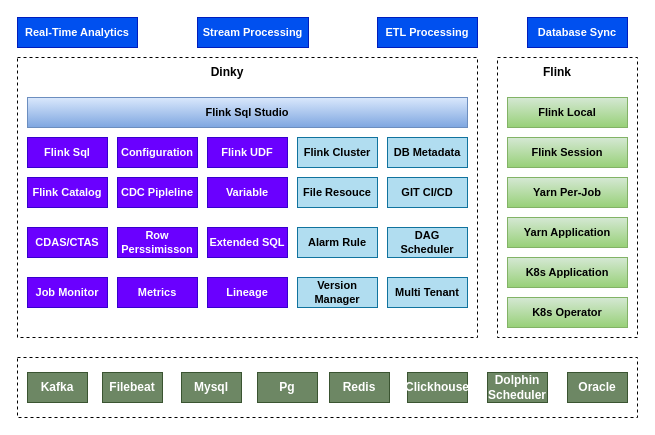
The draw.io diagram 云原生/流批一体大数据平台.drawio in Msimplehub/abbysun, before the edit. Source tidied: cells renumbered, new cells numbered last; positions are measured from the earlier drawing's top-left corner, leaving out a move shared by most shapes. Both pictures are drawn from the tidied source at 100%, with x=0, y=0 at pixel (17, 17).
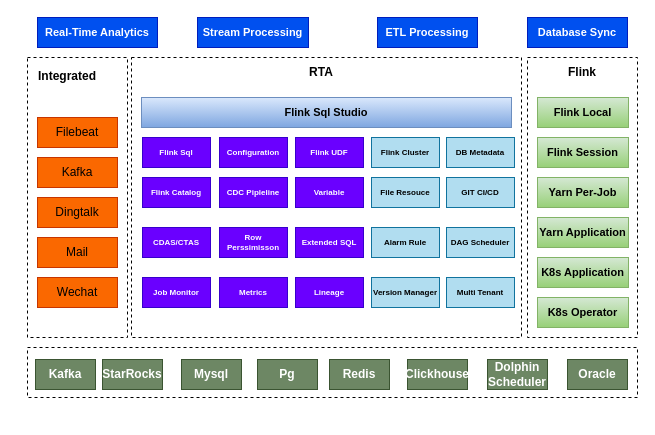
Above is the later version.

Commit message:
更新流批一体大数据平台.drawio

What changed in the source:
```diff
@@
     <mxCell id="2" value="&lt;font style=&quot;font-size: 11px;&quot;&gt;Real-Time Analytics&lt;/font&gt;" style="rounded=0;whiteSpace=wrap;html=1;fontSize=11;fontStyle=1;fillColor=#0050ef;fontColor=#ffffff;strokeColor=#001DBC;" parent="1" vertex="1">
-      <mxGeometry width="120" height="30" as="geometry" />
+      <mxGeometry x="20" width="120" height="30" as="geometry" />
     </mxCell>
@@
     <mxCell id="6" style="rounded=0;whiteSpace=wrap;html=1;dashed=1;fontSize=11;fontStyle=1;" parent="1" vertex="1">
-      <mxGeometry y="40" width="460" height="280" as="geometry" />
+      <mxGeometry x="114" y="40" width="390" height="280" as="geometry" />
     </mxCell>
     <mxCell id="7" value="Flink Sql Studio" style="rounded=0;whiteSpace=wrap;html=1;fontSize=11;fontStyle=1;fillColor=#dae8fc;gradientColor=#7ea6e0;strokeColor=#6c8ebf;" parent="1" vertex="1">
-      <mxGeometry x="10" y="80" width="440" height="30" as="geometry" />
+      <mxGeometry x="124" y="80" width="370" height="30" as="geometry" />
     </mxCell>
-    <mxCell id="8" value="Flink Sql" style="rounded=0;whiteSpace=wrap;html=1;fontSize=11;fontStyle=1;fillColor=#6a00ff;fontColor=#ffffff;strokeColor=#3700CC;" parent="1" vertex="1">
-      <mxGeometry x="10" y="120" width="80" height="30" as="geometry" />
+    <mxCell id="8" value="Flink Sql" style="rounded=0;whiteSpace=wrap;html=1;fontSize=8;fontStyle=1;fillColor=#6a00ff;fontColor=#ffffff;strokeColor=#3700CC;" parent="1" vertex="1">
+      <mxGeometry x="125" y="120" width="68" height="30" as="geometry" />
     </mxCell>
-    <mxCell id="9" value="Configuration" style="rounded=0;whiteSpace=wrap;html=1;fontSize=11;fontStyle=1;fillColor=#6a00ff;fontColor=#ffffff;strokeColor=#3700CC;" parent="1" vertex="1">
-      <mxGeometry x="100" y="120" width="80" height="30" as="geometry" />
+    <mxCell id="9" value="Configuration" style="rounded=0;whiteSpace=wrap;html=1;fontSize=8;fontStyle=1;fillColor=#6a00ff;fontColor=#ffffff;strokeColor=#3700CC;" parent="1" vertex="1">
+      <mxGeometry x="202" y="120" width="68" height="30" as="geometry" />
     </mxCell>
-    <mxCell id="10" value="Flink UDF" style="rounded=0;whiteSpace=wrap;html=1;fontSize=11;fontStyle=1;fillColor=#6a00ff;fontColor=#ffffff;strokeColor=#3700CC;" parent="1" vertex="1">
-      <mxGeometry x="190" y="120" width="80" height="30" as="geometry" />
+    <mxCell id="10" value="Flink UDF" style="rounded=0;whiteSpace=wrap;html=1;fontSize=8;fontStyle=1;fillColor=#6a00ff;fontColor=#ffffff;strokeColor=#3700CC;" parent="1" vertex="1">
+      <mxGeometry x="278" y="120" width="68" height="30" as="geometry" />
     </mxCell>
-    <mxCell id="11" value="Flink Cluster" style="rounded=0;whiteSpace=wrap;html=1;fontSize=11;fontStyle=1;fillColor=#b1ddf0;strokeColor=#10739e;" parent="1" vertex="1">
-      <mxGeometry x="280" y="120" width="80" height="30" as="geometry" />
+    <mxCell id="11" value="Flink Cluster" style="rounded=0;whiteSpace=wrap;html=1;fontSize=8;fontStyle=1;fillColor=#b1ddf0;strokeColor=#10739e;" parent="1" vertex="1">
+      <mxGeometry x="354" y="120" width="68" height="30" as="geometry" />
     </mxCell>
-    <mxCell id="12" value="DB Metadata" style="rounded=0;whiteSpace=wrap;html=1;fontSize=11;fontStyle=1;fillColor=#b1ddf0;strokeColor=#10739e;" parent="1" vertex="1">
-      <mxGeometry x="370" y="120" width="80" height="30" as="geometry" />
+    <mxCell id="12" value="DB Metadata" style="rounded=0;whiteSpace=wrap;html=1;fontSize=8;fontStyle=1;fillColor=#b1ddf0;strokeColor=#10739e;" parent="1" vertex="1">
+      <mxGeometry x="429" y="120" width="68" height="30" as="geometry" />
     </mxCell>
-    <mxCell id="13" value="Flink Catalog" style="rounded=0;whiteSpace=wrap;html=1;fontSize=11;fontStyle=1;fillColor=#6a00ff;fontColor=#ffffff;strokeColor=#3700CC;" parent="1" vertex="1">
-      <mxGeometry x="10" y="160" width="80" height="30" as="geometry" />
+    <mxCell id="13" value="Flink Catalog" style="rounded=0;whiteSpace=wrap;html=1;fontSize=8;fontStyle=1;fillColor=#6a00ff;fontColor=#ffffff;strokeColor=#3700CC;" parent="1" vertex="1">
+      <mxGeometry x="125" y="160" width="68" height="30" as="geometry" />
     </mxCell>
-    <mxCell id="14" value="CDC Pipleline" style="rounded=0;whiteSpace=wrap;html=1;fontSize=11;fontStyle=1;fillColor=#6a00ff;fontColor=#ffffff;strokeColor=#3700CC;" parent="1" vertex="1">
-      <mxGeometry x="100" y="160" width="80" height="30" as="geometry" />
+    <mxCell id="14" value="CDC Pipleline" style="rounded=0;whiteSpace=wrap;html=1;fontSize=8;fontStyle=1;fillColor=#6a00ff;fontColor=#ffffff;strokeColor=#3700CC;" parent="1" vertex="1">
+      <mxGeometry x="202" y="160" width="68" height="30" as="geometry" />
     </mxCell>
-    <mxCell id="15" value="Variable" style="rounded=0;whiteSpace=wrap;html=1;fontSize=11;fontStyle=1;fillColor=#6a00ff;fontColor=#ffffff;strokeColor=#3700CC;" parent="1" vertex="1">
-      <mxGeometry x="190" y="160" width="80" height="30" as="geometry" />
+    <mxCell id="15" value="Variable" style="rounded=0;whiteSpace=wrap;html=1;fontSize=8;fontStyle=1;fillColor=#6a00ff;fontColor=#ffffff;strokeColor=#3700CC;" parent="1" vertex="1">
+      <mxGeometry x="278" y="160" width="68" height="30" as="geometry" />
     </mxCell>
-    <mxCell id="16" value="File Resouce" style="rounded=0;whiteSpace=wrap;html=1;fontSize=11;fontStyle=1;fillColor=#b1ddf0;strokeColor=#10739e;" parent="1" vertex="1">
-      <mxGeometry x="280" y="160" width="80" height="30" as="geometry" />
+    <mxCell id="16" value="File Resouce" style="rounded=0;whiteSpace=wrap;html=1;fontSize=8;fontStyle=1;fillColor=#b1ddf0;strokeColor=#10739e;" parent="1" vertex="1">
+      <mxGeometry x="354" y="160" width="68" height="30" as="geometry" />
     </mxCell>
-    <mxCell id="17" value="GIT CI/CD" style="rounded=0;whiteSpace=wrap;html=1;fontSize=11;fontStyle=1;fillColor=#b1ddf0;strokeColor=#10739e;" parent="1" vertex="1">
-      <mxGeometry x="370" y="160" width="80" height="30" as="geometry" />
+    <mxCell id="17" value="GIT CI/CD" style="rounded=0;whiteSpace=wrap;html=1;fontSize=8;fontStyle=1;fillColor=#b1ddf0;strokeColor=#10739e;" parent="1" vertex="1">
+      <mxGeometry x="429" y="160" width="68" height="30" as="geometry" />
     </mxCell>
-    <mxCell id="18" value="CDAS/CTAS" style="rounded=0;whiteSpace=wrap;html=1;fontSize=11;fontStyle=1;fillColor=#6a00ff;fontColor=#ffffff;strokeColor=#3700CC;" parent="1" vertex="1">
-      <mxGeometry x="10" y="210" width="80" height="30" as="geometry" />
+    <mxCell id="18" value="CDAS/CTAS" style="rounded=0;whiteSpace=wrap;html=1;fontSize=8;fontStyle=1;fillColor=#6a00ff;fontColor=#ffffff;strokeColor=#3700CC;" parent="1" vertex="1">
+      <mxGeometry x="125" y="210" width="68" height="30" as="geometry" />
     </mxCell>
-    <mxCell id="19" value="Row Perssimisson" style="rounded=0;whiteSpace=wrap;html=1;fontSize=11;fontStyle=1;fillColor=#6a00ff;fontColor=#ffffff;strokeColor=#3700CC;" parent="1" vertex="1">
-      <mxGeometry x="100" y="210" width="80" height="30" as="geometry" />
+    <mxCell id="19" value="Row Perssimisson" style="rounded=0;whiteSpace=wrap;html=1;fontSize=8;fontStyle=1;fillColor=#6a00ff;fontColor=#ffffff;strokeColor=#3700CC;" parent="1" vertex="1">
+      <mxGeometry x="202" y="210" width="68" height="30" as="geometry" />
     </mxCell>
-    <mxCell id="20" value="Extended SQL" style="rounded=0;whiteSpace=wrap;html=1;fontSize=11;fontStyle=1;fillColor=#6a00ff;fontColor=#ffffff;strokeColor=#3700CC;" parent="1" vertex="1">
-      <mxGeometry x="190" y="210" width="80" height="30" as="geometry" />
+    <mxCell id="20" value="Extended SQL" style="rounded=0;whiteSpace=wrap;html=1;fontSize=8;fontStyle=1;fillColor=#6a00ff;fontColor=#ffffff;strokeColor=#3700CC;" parent="1" vertex="1">
+      <mxGeometry x="278" y="210" width="68" height="30" as="geometry" />
     </mxCell>
-    <mxCell id="21" value="Alarm Rule" style="rounded=0;whiteSpace=wrap;html=1;fontSize=11;fontStyle=1;fillColor=#b1ddf0;strokeColor=#10739e;" parent="1" vertex="1">
-      <mxGeometry x="280" y="210" width="80" height="30" as="geometry" />
+    <mxCell id="21" value="Alarm Rule" style="rounded=0;whiteSpace=wrap;html=1;fontSize=8;fontStyle=1;fillColor=#b1ddf0;strokeColor=#10739e;" parent="1" vertex="1">
+      <mxGeometry x="354" y="210" width="68" height="30" as="geometry" />
     </mxCell>
-    <mxCell id="22" value="DAG Scheduler" style="rounded=0;whiteSpace=wrap;html=1;fontSize=11;fontStyle=1;fillColor=#b1ddf0;strokeColor=#10739e;" parent="1" vertex="1">
-      <mxGeometry x="370" y="210" width="80" height="30" as="geometry" />
+    <mxCell id="22" value="DAG Scheduler" style="rounded=0;whiteSpace=wrap;html=1;fontSize=8;fontStyle=1;fillColor=#b1ddf0;strokeColor=#10739e;" parent="1" vertex="1">
+      <mxGeometry x="429" y="210" width="68" height="30" as="geometry" />
     </mxCell>
-    <mxCell id="23" value="Job Monitor" style="rounded=0;whiteSpace=wrap;html=1;fontSize=11;fontStyle=1;fillColor=#6a00ff;fontColor=#ffffff;strokeColor=#3700CC;" parent="1" vertex="1">
-      <mxGeometry x="10" y="260" width="80" height="30" as="geometry" />
+    <mxCell id="23" value="Job Monitor" style="rounded=0;whiteSpace=wrap;html=1;fontSize=8;fontStyle=1;fillColor=#6a00ff;fontColor=#ffffff;strokeColor=#3700CC;" parent="1" vertex="1">
+      <mxGeometry x="125" y="260" width="68" height="30" as="geometry" />
     </mxCell>
-    <mxCell id="24" value="Metrics" style="rounded=0;whiteSpace=wrap;html=1;fontSize=11;fontStyle=1;fillColor=#6a00ff;fontColor=#ffffff;strokeColor=#3700CC;" parent="1" vertex="1">
-      <mxGeometry x="100" y="260" width="80" height="30" as="geometry" />
+    <mxCell id="24" value="Metrics" style="rounded=0;whiteSpace=wrap;html=1;fontSize=8;fontStyle=1;fillColor=#6a00ff;fontColor=#ffffff;strokeColor=#3700CC;" parent="1" vertex="1">
+      <mxGeometry x="202" y="260" width="68" height="30" as="geometry" />
     </mxCell>
-    <mxCell id="25" value="Lineage" style="rounded=0;whiteSpace=wrap;html=1;fontSize=11;fontStyle=1;fillColor=#6a00ff;fontColor=#ffffff;strokeColor=#3700CC;" parent="1" vertex="1">
-      <mxGeometry x="190" y="260" width="80" height="30" as="geometry" />
+    <mxCell id="25" value="Lineage" style="rounded=0;whiteSpace=wrap;html=1;fontSize=8;fontStyle=1;fillColor=#6a00ff;fontColor=#ffffff;strokeColor=#3700CC;" parent="1" vertex="1">
+      <mxGeometry x="278" y="260" width="68" height="30" as="geometry" />
     </mxCell>
-    <mxCell id="26" value="Version Manager" style="rounded=0;whiteSpace=wrap;html=1;fontSize=11;fontStyle=1;fillColor=#b1ddf0;strokeColor=#10739e;" parent="1" vertex="1">
-      <mxGeometry x="280" y="260" width="80" height="30" as="geometry" />
+    <mxCell id="26" value="Version Manager" style="rounded=0;whiteSpace=wrap;html=1;fontSize=8;fontStyle=1;fillColor=#b1ddf0;strokeColor=#10739e;" parent="1" vertex="1">
+      <mxGeometry x="354" y="260" width="68" height="30" as="geometry" />
     </mxCell>
-    <mxCell id="27" value="Multi Tenant" style="rounded=0;whiteSpace=wrap;html=1;fontSize=11;fontStyle=1;fillColor=#b1ddf0;strokeColor=#10739e;" parent="1" vertex="1">
-      <mxGeometry x="370" y="260" width="80" height="30" as="geometry" />
+    <mxCell id="27" value="Multi Tenant" style="rounded=0;whiteSpace=wrap;html=1;fontSize=8;fontStyle=1;fillColor=#b1ddf0;strokeColor=#10739e;" parent="1" vertex="1">
+      <mxGeometry x="429" y="260" width="68" height="30" as="geometry" />
     </mxCell>
     <mxCell id="28" style="rounded=0;whiteSpace=wrap;html=1;dashed=1;fontSize=11;fontStyle=1;" parent="1" vertex="1">
-      <mxGeometry x="480" y="40" width="140" height="280" as="geometry" />
+      <mxGeometry x="510" y="40" width="110" height="280" as="geometry" />
     </mxCell>
     <mxCell id="29" value="Flink Local" style="rounded=0;whiteSpace=wrap;html=1;fontSize=11;fontStyle=1;fillColor=#d5e8d4;gradientColor=#97d077;strokeColor=#82b366;" parent="1" vertex="1">
-      <mxGeometry x="490" y="80" width="120" height="30" as="geometry" />
+      <mxGeometry x="520" y="80" width="91" height="30" as="geometry" />
     </mxCell>
     <mxCell id="30" value="Flink Session" style="rounded=0;whiteSpace=wrap;html=1;fontSize=11;fontStyle=1;fillColor=#d5e8d4;gradientColor=#97d077;strokeColor=#82b366;" parent="1" vertex="1">
-      <mxGeometry x="490" y="120" width="120" height="30" as="geometry" />
+      <mxGeometry x="520" y="120" width="91" height="30" as="geometry" />
     </mxCell>
     <mxCell id="31" value="Yarn Per-Job" style="rounded=0;whiteSpace=wrap;html=1;fontSize=11;fontStyle=1;fillColor=#d5e8d4;gradientColor=#97d077;strokeColor=#82b366;" parent="1" vertex="1">
-      <mxGeometry x="490" y="160" width="120" height="30" as="geometry" />
+      <mxGeometry x="520" y="160" width="91" height="30" as="geometry" />
     </mxCell>
     <mxCell id="32" value="Yarn Application" style="rounded=0;whiteSpace=wrap;html=1;fontSize=11;fontStyle=1;fillColor=#d5e8d4;gradientColor=#97d077;strokeColor=#82b366;" parent="1" vertex="1">
-      <mxGeometry x="490" y="200" width="120" height="30" as="geometry" />
+      <mxGeometry x="520" y="200" width="91" height="30" as="geometry" />
     </mxCell>
     <mxCell id="33" value="K8s Application" style="rounded=0;whiteSpace=wrap;html=1;fontSize=11;fontStyle=1;fillColor=#d5e8d4;gradientColor=#97d077;strokeColor=#82b366;" parent="1" vertex="1">
-      <mxGeometry x="490" y="240" width="120" height="30" as="geometry" />
+      <mxGeometry x="520" y="240" width="91" height="30" as="geometry" />
     </mxCell>
     <mxCell id="34" value="K8s Operator" style="rounded=0;whiteSpace=wrap;html=1;fontSize=11;fontStyle=1;fillColor=#d5e8d4;gradientColor=#97d077;strokeColor=#82b366;" parent="1" vertex="1">
-      <mxGeometry x="490" y="280" width="120" height="30" as="geometry" />
+      <mxGeometry x="520" y="280" width="91" height="30" as="geometry" />
     </mxCell>
     <mxCell id="35" style="rounded=0;whiteSpace=wrap;html=1;dashed=1;fontSize=11;fontStyle=1;" parent="1" vertex="1">
-      <mxGeometry y="340" width="620" height="60" as="geometry" />
+      <mxGeometry x="10" y="330" width="610" height="50" as="geometry" />
     </mxCell>
-    <mxCell id="36" value="&lt;b&gt;Dinky&lt;/b&gt;" style="text;html=1;align=center;verticalAlign=middle;whiteSpace=wrap;rounded=0;" parent="1" vertex="1">
-      <mxGeometry x="180" y="40" width="60" height="30" as="geometry" />
+    <mxCell id="36" value="&lt;b&gt;RTA&lt;/b&gt;" style="text;html=1;align=center;verticalAlign=middle;whiteSpace=wrap;rounded=0;" parent="1" vertex="1">
+      <mxGeometry x="274" y="40" width="60" height="30" as="geometry" />
     </mxCell>
     <mxCell id="37" value="&lt;b&gt;Flink&lt;/b&gt;" style="text;html=1;align=center;verticalAlign=middle;whiteSpace=wrap;rounded=0;" parent="1" vertex="1">
-      <mxGeometry x="510" y="40" width="60" height="30" as="geometry" />
+      <mxGeometry x="535" y="40" width="60" height="30" as="geometry" />
     </mxCell>
     <mxCell id="38" value="Kafka" style="rounded=0;whiteSpace=wrap;html=1;fillColor=#6d8764;strokeColor=#3A5431;fontColor=#ffffff;fontStyle=1;" parent="1" vertex="1">
-      <mxGeometry x="10" y="355" width="60" height="30" as="geometry" />
+      <mxGeometry x="18" y="342" width="60" height="30" as="geometry" />
     </mxCell>
-    <mxCell id="39" value="Filebeat" style="rounded=0;whiteSpace=wrap;html=1;fillColor=#6d8764;strokeColor=#3A5431;fontColor=#ffffff;fontStyle=1;" parent="1" vertex="1">
-      <mxGeometry x="85" y="355" width="60" height="30" as="geometry" />
+    <mxCell id="39" value="StarRocks" style="rounded=0;whiteSpace=wrap;html=1;fillColor=#6d8764;strokeColor=#3A5431;fontColor=#ffffff;fontStyle=1;" parent="1" vertex="1">
+      <mxGeometry x="85" y="342" width="60" height="30" as="geometry" />
     </mxCell>
     <mxCell id="40" value="Mysql" style="rounded=0;whiteSpace=wrap;html=1;fillColor=#6d8764;strokeColor=#3A5431;fontColor=#ffffff;fontStyle=1;" parent="1" vertex="1">
-      <mxGeometry x="164" y="355" width="60" height="30" as="geometry" />
+      <mxGeometry x="164" y="342" width="60" height="30" as="geometry" />
     </mxCell>
     <mxCell id="41" value="Pg" style="rounded=0;whiteSpace=wrap;html=1;fillColor=#6d8764;strokeColor=#3A5431;fontColor=#ffffff;fontStyle=1;" parent="1" vertex="1">
-      <mxGeometry x="240" y="355" width="60" height="30" as="geometry" />
+      <mxGeometry x="240" y="342" width="60" height="30" as="geometry" />
     </mxCell>
     <mxCell id="42" value="Redis" style="rounded=0;whiteSpace=wrap;html=1;fillColor=#6d8764;strokeColor=#3A5431;fontColor=#ffffff;fontStyle=1;" parent="1" vertex="1">
-      <mxGeometry x="312" y="355" width="60" height="30" as="geometry" />
+      <mxGeometry x="312" y="342" width="60" height="30" as="geometry" />
     </mxCell>
     <mxCell id="43" value="Clickhouse" style="rounded=0;whiteSpace=wrap;html=1;fillColor=#6d8764;strokeColor=#3A5431;fontColor=#ffffff;fontStyle=1;" parent="1" vertex="1">
-      <mxGeometry x="390" y="355" width="60" height="30" as="geometry" />
+      <mxGeometry x="390" y="342" width="60" height="30" as="geometry" />
     </mxCell>
     <mxCell id="44" value="Dolphin Scheduler" style="rounded=0;whiteSpace=wrap;html=1;fillColor=#6d8764;strokeColor=#3A5431;fontColor=#ffffff;fontStyle=1;" parent="1" vertex="1">
-      <mxGeometry x="470" y="355" width="60" height="30" as="geometry" />
+      <mxGeometry x="470" y="342" width="60" height="30" as="geometry" />
     </mxCell>
     <mxCell id="45" value="Oracle" style="rounded=0;whiteSpace=wrap;html=1;fillColor=#6d8764;strokeColor=#3A5431;fontColor=#ffffff;fontStyle=1;" parent="1" vertex="1">
-      <mxGeometry x="550" y="355" width="60" height="30" as="geometry" />
+      <mxGeometry x="550" y="342" width="60" height="30" as="geometry" />
     </mxCell>
+    <mxCell id="46" style="rounded=0;whiteSpace=wrap;html=1;dashed=1;" parent="1" vertex="1">
+      <mxGeometry x="10" y="40" width="100" height="280" as="geometry" />
+    </mxCell>
+    <mxCell id="47" value="Filebeat" style="rounded=0;whiteSpace=wrap;html=1;fillColor=#fa6800;fontColor=#000000;strokeColor=#C73500;" parent="1" vertex="1">
+      <mxGeometry x="20" y="100" width="80" height="30" as="geometry" />
+    </mxCell>
+    <mxCell id="48" value="Kafka" style="rounded=0;whiteSpace=wrap;html=1;fillColor=#fa6800;fontColor=#000000;strokeColor=#C73500;" parent="1" vertex="1">
+      <mxGeometry x="20" y="140" width="80" height="30" as="geometry" />
+    </mxCell>
+    <mxCell id="49" value="Dingtalk" style="rounded=0;whiteSpace=wrap;html=1;fillColor=#fa6800;fontColor=#000000;strokeColor=#C73500;" parent="1" vertex="1">
+      <mxGeometry x="20" y="180" width="80" height="30" as="geometry" />
+    </mxCell>
+    <mxCell id="50" value="&lt;b&gt;Integrated&lt;/b&gt;" style="text;html=1;align=center;verticalAlign=middle;whiteSpace=wrap;rounded=0;" parent="1" vertex="1">
+      <mxGeometry x="20" y="44" width="60" height="30" as="geometry" />
+    </mxCell>
+    <mxCell id="51" value="Mail" style="rounded=0;whiteSpace=wrap;html=1;fillColor=#fa6800;fontColor=#000000;strokeColor=#C73500;" parent="1" vertex="1">
+      <mxGeometry x="20" y="220" width="80" height="30" as="geometry" />
+    </mxCell>
+    <mxCell id="52" value="Wechat" style="rounded=0;whiteSpace=wrap;html=1;fillColor=#fa6800;fontColor=#000000;strokeColor=#C73500;" parent="1" vertex="1">
+      <mxGeometry x="20" y="260" width="80" height="30" as="geometry" />
+    </mxCell>
```
